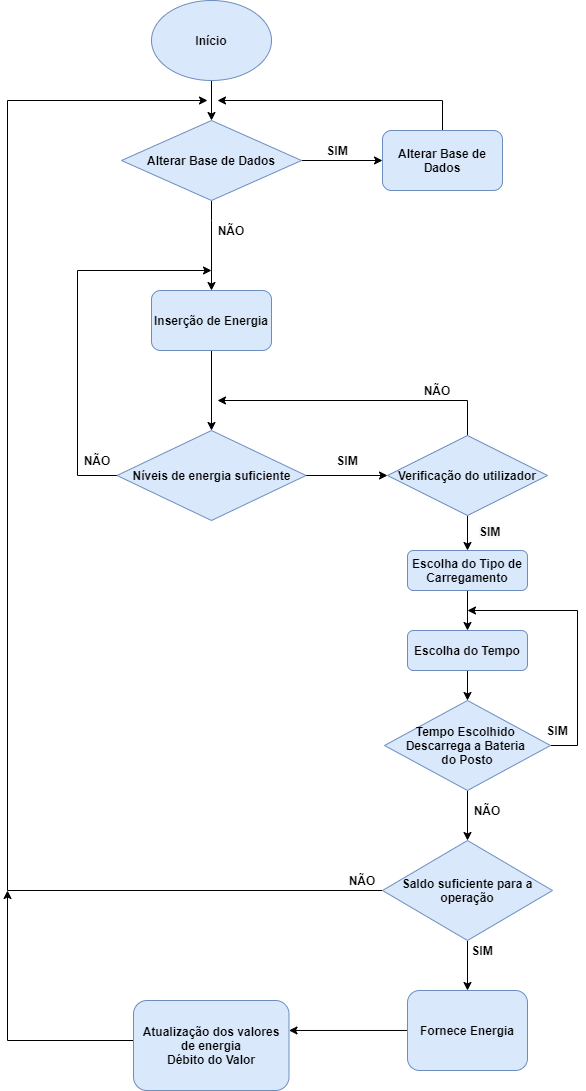
Earlier version of the draw.io export flux_geral.png (ProgRub/Proj2AC). Source tidied: cells renumbered, new cells last; positions are measured from the earlier drawing's top-left corner, leaving out a move shared by most shapes.
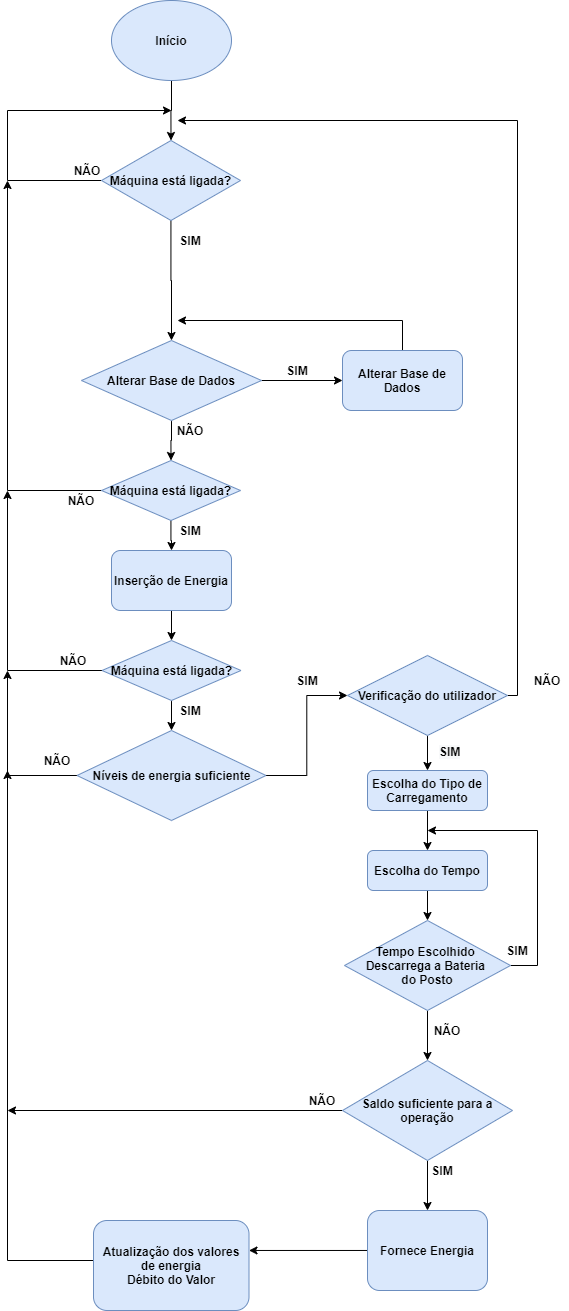
Above is the later version.

Diff of the diagram source:
```diff
@@ -2,29 +2,25 @@
   <root>
     <mxCell id="0" />
     <mxCell id="1" parent="0" />
-    <mxCell id="2" style="edgeStyle=orthogonalEdgeStyle;rounded=0;jettySize=auto;html=1;entryX=0.5;entryY=0;entryDx=0;entryDy=0;" parent="1" edge="1" source="3" target="29">
-      <mxGeometry relative="1" as="geometry" />
-    </mxCell>
+    <mxCell id="41" style="edgeStyle=orthogonalEdgeStyle;rounded=0;jettySize=auto;html=1;entryX=0.5;entryY=0;entryDx=0;entryDy=0;" parent="1" edge="1" source="3" target="49">
+      <mxGeometry relative="1" as="geometry" />
+    </mxCell>
     <mxCell id="3" value="&lt;b&gt;Início&lt;/b&gt;" style="ellipse;whiteSpace=wrap;html=1;fillColor=#dae8fc;strokeColor=#6c8ebf;" parent="1" vertex="1">
-      <mxGeometry x="144" width="120" height="80" as="geometry" />
+      <mxGeometry x="144" y="-220" width="120" height="80" as="geometry" />
     </mxCell>
     <mxCell id="4" style="edgeStyle=orthogonalEdgeStyle;rounded=0;jettySize=auto;html=1;entryX=0;entryY=0.5;entryDx=0;entryDy=0;" parent="1" edge="1" source="6" target="22">
       <mxGeometry relative="1" as="geometry" />
     </mxCell>
-    <mxCell id="5" style="edgeStyle=orthogonalEdgeStyle;rounded=0;jettySize=auto;html=1;" parent="1" edge="1" source="6">
-      <mxGeometry relative="1" as="geometry">
-        <mxPoint x="204" y="270" as="targetPoint" />
-        <Array as="points">
-          <mxPoint x="70" y="475" />
-          <mxPoint x="70" y="270" />
-        </Array>
-      </mxGeometry>
-    </mxCell>
+    <mxCell id="42" style="edgeStyle=orthogonalEdgeStyle;rounded=0;jettySize=auto;html=1;" parent="1" edge="1" source="6">
+      <mxGeometry relative="1" as="geometry">
+        <mxPoint x="40" y="450" as="targetPoint" />
+      </mxGeometry>
+    </mxCell>
     <mxCell id="6" value="&lt;b&gt;Níveis de energia suficiente&lt;/b&gt;" style="rhombus;whiteSpace=wrap;html=1;fillColor=#dae8fc;strokeColor=#6c8ebf;" parent="1" vertex="1">
-      <mxGeometry x="109.5" y="430" width="189" height="90" as="geometry" />
+      <mxGeometry x="109.5" y="510" width="189" height="90" as="geometry" />
     </mxCell>
     <mxCell id="7" value="&lt;b&gt;NÃO&lt;/b&gt;" style="text;html=1;strokeColor=none;fillColor=none;align=center;verticalAlign=middle;whiteSpace=wrap;rounded=0;" parent="1" vertex="1">
-      <mxGeometry x="69.5" y="450" width="40" height="20" as="geometry" />
+      <mxGeometry x="69.5" y="530" width="40" height="20" as="geometry" />
     </mxCell>
     <mxCell id="8" style="edgeStyle=orthogonalEdgeStyle;rounded=0;jettySize=auto;html=1;" parent="1" edge="1" source="9" target="38">
       <mxGeometry relative="1" as="geometry" />
@@ -35,16 +31,11 @@
     <mxCell id="10" style="edgeStyle=orthogonalEdgeStyle;rounded=0;jettySize=auto;html=1;entryX=0.5;entryY=0;entryDx=0;entryDy=0;" parent="1" edge="1" source="12" target="14">
       <mxGeometry relative="1" as="geometry" />
     </mxCell>
-    <mxCell id="11" style="edgeStyle=orthogonalEdgeStyle;rounded=0;jettySize=auto;html=1;" parent="1" edge="1" source="12">
-      <mxGeometry relative="1" as="geometry">
-        <mxPoint x="200" y="100" as="targetPoint" />
-        <Array as="points">
-          <mxPoint y="890" />
-          <mxPoint y="100" />
-          <mxPoint x="200" y="100" />
-        </Array>
-      </mxGeometry>
-    </mxCell>
+    <mxCell id="43" style="edgeStyle=orthogonalEdgeStyle;rounded=0;jettySize=auto;html=1;" parent="1" edge="1" source="12">
+      <mxGeometry relative="1" as="geometry">
+        <mxPoint x="40" y="890" as="targetPoint" />
+      </mxGeometry>
+    </mxCell>
     <mxCell id="12" value="&lt;b&gt;Saldo suficiente para a operação&lt;/b&gt;" style="rhombus;whiteSpace=wrap;html=1;fillColor=#dae8fc;strokeColor=#6c8ebf;" parent="1" vertex="1">
       <mxGeometry x="375" y="840" width="170" height="100" as="geometry" />
     </mxCell>
@@ -65,7 +56,7 @@
     </mxCell>
     <mxCell id="18" style="edgeStyle=orthogonalEdgeStyle;rounded=0;jettySize=auto;html=1;" parent="1" edge="1" source="19">
       <mxGeometry relative="1" as="geometry">
-        <mxPoint y="890" as="targetPoint" />
+        <mxPoint x="40" y="550" as="targetPoint" />
         <Array as="points">
           <mxPoint x="204" y="1040" />
           <mxPoint y="1040" />
@@ -78,14 +69,15 @@
     <mxCell id="20" style="edgeStyle=orthogonalEdgeStyle;rounded=0;jettySize=auto;html=1;" parent="1" edge="1" source="22" target="9">
       <mxGeometry relative="1" as="geometry" />
     </mxCell>
-    <mxCell id="21" style="edgeStyle=orthogonalEdgeStyle;rounded=0;jettySize=auto;html=1;" parent="1" edge="1" source="22">
-      <mxGeometry relative="1" as="geometry">
-        <mxPoint x="210" y="400" as="targetPoint" />
-        <Array as="points">
-          <mxPoint x="460" y="400" />
-        </Array>
-      </mxGeometry>
-    </mxCell>
+    <mxCell id="44" style="edgeStyle=orthogonalEdgeStyle;rounded=0;jettySize=auto;html=1;" parent="1" edge="1" source="22">
+      <mxGeometry relative="1" as="geometry">
+        <mxPoint x="210" y="-100" as="targetPoint" />
+        <Array as="points">
+          <mxPoint x="550" y="475" />
+          <mxPoint x="550" y="-100" />
+        </Array>
+      </mxGeometry>
+    </mxCell>
     <mxCell id="22" value="&lt;span&gt;&lt;b&gt;Verificação do utilizador&lt;/b&gt;&lt;/span&gt;" style="rhombus;whiteSpace=wrap;html=1;fillColor=#dae8fc;strokeColor=#6c8ebf;" parent="1" vertex="1">
       <mxGeometry x="380" y="435" width="160" height="80" as="geometry" />
     </mxCell>
@@ -93,30 +85,25 @@
       <mxGeometry x="470" y="490" width="50" height="20" as="geometry" />
     </mxCell>
     <mxCell id="24" value="&lt;b&gt;NÃO&lt;/b&gt;" style="text;html=1;strokeColor=none;fillColor=none;align=center;verticalAlign=middle;whiteSpace=wrap;rounded=0;" parent="1" vertex="1">
-      <mxGeometry x="410" y="380" width="40" height="20" as="geometry" />
+      <mxGeometry x="560" y="450" width="40" height="20" as="geometry" />
     </mxCell>
-    <mxCell id="25" style="edgeStyle=orthogonalEdgeStyle;rounded=0;jettySize=auto;html=1;entryX=0.5;entryY=0;entryDx=0;entryDy=0;" parent="1" edge="1" source="26" target="6">
-      <mxGeometry relative="1" as="geometry" />
-    </mxCell>
+    <mxCell id="45" style="edgeStyle=orthogonalEdgeStyle;rounded=0;jettySize=auto;html=1;entryX=0.5;entryY=0;entryDx=0;entryDy=0;" parent="1" edge="1" source="26" target="58">
+      <mxGeometry relative="1" as="geometry" />
+    </mxCell>
     <mxCell id="26" value="&lt;b&gt;Inserção de Energia&lt;/b&gt;" style="rounded=1;whiteSpace=wrap;html=1;fillColor=#dae8fc;strokeColor=#6c8ebf;" parent="1" vertex="1">
-      <mxGeometry x="144" y="290" width="120" height="60" as="geometry" />
+      <mxGeometry x="144" y="330" width="120" height="60" as="geometry" />
     </mxCell>
-    <mxCell id="27" style="edgeStyle=orthogonalEdgeStyle;rounded=0;jettySize=auto;html=1;entryX=0.5;entryY=0;entryDx=0;entryDy=0;" parent="1" edge="1" source="29" target="26">
-      <mxGeometry relative="1" as="geometry">
-        <Array as="points">
-          <mxPoint x="204" y="220" />
-          <mxPoint x="204" y="220" />
-        </Array>
-      </mxGeometry>
-    </mxCell>
     <mxCell id="28" style="edgeStyle=orthogonalEdgeStyle;rounded=0;jettySize=auto;html=1;entryX=0;entryY=0.5;entryDx=0;entryDy=0;" parent="1" edge="1" source="29" target="32">
       <mxGeometry relative="1" as="geometry" />
     </mxCell>
+    <mxCell id="46" style="edgeStyle=orthogonalEdgeStyle;rounded=0;jettySize=auto;html=1;entryX=0.5;entryY=0;entryDx=0;entryDy=0;" parent="1" edge="1" source="29" target="54">
+      <mxGeometry relative="1" as="geometry" />
+    </mxCell>
     <mxCell id="29" value="&lt;span&gt;&lt;b&gt;Alterar Base de Dados&lt;/b&gt;&lt;/span&gt;" style="rhombus;whiteSpace=wrap;html=1;fillColor=#dae8fc;strokeColor=#6c8ebf;" parent="1" vertex="1">
       <mxGeometry x="114" y="120" width="180" height="80" as="geometry" />
     </mxCell>
     <mxCell id="30" value="&lt;b&gt;NÃO&lt;/b&gt;" style="text;html=1;strokeColor=none;fillColor=none;align=center;verticalAlign=middle;whiteSpace=wrap;rounded=0;" parent="1" vertex="1">
-      <mxGeometry x="204" y="220" width="40" height="20" as="geometry" />
+      <mxGeometry x="203" y="200" width="40" height="20" as="geometry" />
     </mxCell>
     <mxCell id="31" style="edgeStyle=orthogonalEdgeStyle;rounded=0;jettySize=auto;html=1;" parent="1" edge="1" source="32">
       <mxGeometry relative="1" as="geometry">
@@ -159,5 +146,60 @@
     <mxCell id="40" value="&lt;b&gt;NÃO&lt;/b&gt;" style="text;html=1;strokeColor=none;fillColor=none;align=center;verticalAlign=middle;whiteSpace=wrap;rounded=0;" parent="1" vertex="1">
       <mxGeometry x="335" y="870" width="40" height="20" as="geometry" />
     </mxCell>
+    <mxCell id="47" style="edgeStyle=orthogonalEdgeStyle;rounded=0;jettySize=auto;html=1;entryX=0.5;entryY=0;entryDx=0;entryDy=0;" parent="1" edge="1" source="49" target="29">
+      <mxGeometry relative="1" as="geometry" />
+    </mxCell>
+    <mxCell id="48" style="edgeStyle=orthogonalEdgeStyle;rounded=0;jettySize=auto;html=1;" parent="1" edge="1" source="49">
+      <mxGeometry relative="1" as="geometry">
+        <mxPoint x="204" y="-110" as="targetPoint" />
+        <Array as="points">
+          <mxPoint x="40" y="-40" />
+          <mxPoint x="40" y="-110" />
+        </Array>
+      </mxGeometry>
+    </mxCell>
+    <mxCell id="49" value="Máquina está ligada?" style="rhombus;whiteSpace=wrap;html=1;fillColor=#dae8fc;strokeColor=#6c8ebf;fontStyle=1;" parent="1" vertex="1">
+      <mxGeometry x="134" y="-80" width="139" height="80" as="geometry" />
+    </mxCell>
+    <mxCell id="50" value="&lt;b&gt;NÃO&lt;/b&gt;" style="text;html=1;strokeColor=none;fillColor=none;align=center;verticalAlign=middle;whiteSpace=wrap;rounded=0;" parent="1" vertex="1">
+      <mxGeometry x="100" y="-60" width="40" height="20" as="geometry" />
+    </mxCell>
+    <mxCell id="51" value="&lt;b&gt;SIM&lt;/b&gt;" style="text;html=1;strokeColor=none;fillColor=none;align=center;verticalAlign=middle;whiteSpace=wrap;rounded=0;" parent="1" vertex="1">
+      <mxGeometry x="203" y="10" width="40" height="20" as="geometry" />
+    </mxCell>
+    <mxCell id="52" style="edgeStyle=orthogonalEdgeStyle;rounded=0;jettySize=auto;html=1;entryX=0.5;entryY=0;entryDx=0;entryDy=0;" parent="1" edge="1" source="54" target="26">
+      <mxGeometry relative="1" as="geometry" />
+    </mxCell>
+    <mxCell id="53" style="edgeStyle=orthogonalEdgeStyle;rounded=0;jettySize=auto;html=1;" parent="1" edge="1" source="54">
+      <mxGeometry relative="1" as="geometry">
+        <mxPoint x="40" y="-40" as="targetPoint" />
+      </mxGeometry>
+    </mxCell>
+    <mxCell id="54" value="Máquina está ligada?" style="rhombus;whiteSpace=wrap;html=1;fillColor=#dae8fc;strokeColor=#6c8ebf;fontStyle=1;" parent="1" vertex="1">
+      <mxGeometry x="134" y="240" width="139" height="60" as="geometry" />
+    </mxCell>
+    <mxCell id="55" value="&lt;b&gt;NÃO&lt;/b&gt;" style="text;html=1;strokeColor=none;fillColor=none;align=center;verticalAlign=middle;whiteSpace=wrap;rounded=0;" parent="1" vertex="1">
+      <mxGeometry x="94" y="270" width="40" height="20" as="geometry" />
+    </mxCell>
+    <mxCell id="56" style="edgeStyle=orthogonalEdgeStyle;rounded=0;jettySize=auto;html=1;entryX=0.5;entryY=0;entryDx=0;entryDy=0;" parent="1" edge="1" source="58" target="6">
+      <mxGeometry relative="1" as="geometry" />
+    </mxCell>
+    <mxCell id="57" style="edgeStyle=orthogonalEdgeStyle;rounded=0;jettySize=auto;html=1;" parent="1" edge="1" source="58">
+      <mxGeometry relative="1" as="geometry">
+        <mxPoint x="40" y="270" as="targetPoint" />
+      </mxGeometry>
+    </mxCell>
+    <mxCell id="58" value="Máquina está ligada?" style="rhombus;whiteSpace=wrap;html=1;fillColor=#dae8fc;strokeColor=#6c8ebf;fontStyle=1;" parent="1" vertex="1">
+      <mxGeometry x="134.5" y="420" width="139" height="60" as="geometry" />
+    </mxCell>
+    <mxCell id="59" value="&lt;b&gt;NÃO&lt;/b&gt;" style="text;html=1;strokeColor=none;fillColor=none;align=center;verticalAlign=middle;whiteSpace=wrap;rounded=0;" parent="1" vertex="1">
+      <mxGeometry x="86" y="430" width="40" height="20" as="geometry" />
+    </mxCell>
+    <mxCell id="60" value="&lt;b&gt;SIM&lt;/b&gt;" style="text;html=1;strokeColor=none;fillColor=none;align=center;verticalAlign=middle;whiteSpace=wrap;rounded=0;" parent="1" vertex="1">
+      <mxGeometry x="203" y="300" width="40" height="20" as="geometry" />
+    </mxCell>
+    <mxCell id="61" value="&lt;b&gt;SIM&lt;/b&gt;" style="text;html=1;strokeColor=none;fillColor=none;align=center;verticalAlign=middle;whiteSpace=wrap;rounded=0;" parent="1" vertex="1">
+      <mxGeometry x="203" y="480" width="40" height="20" as="geometry" />
+    </mxCell>
   </root>
 </mxGraphModel>
```
